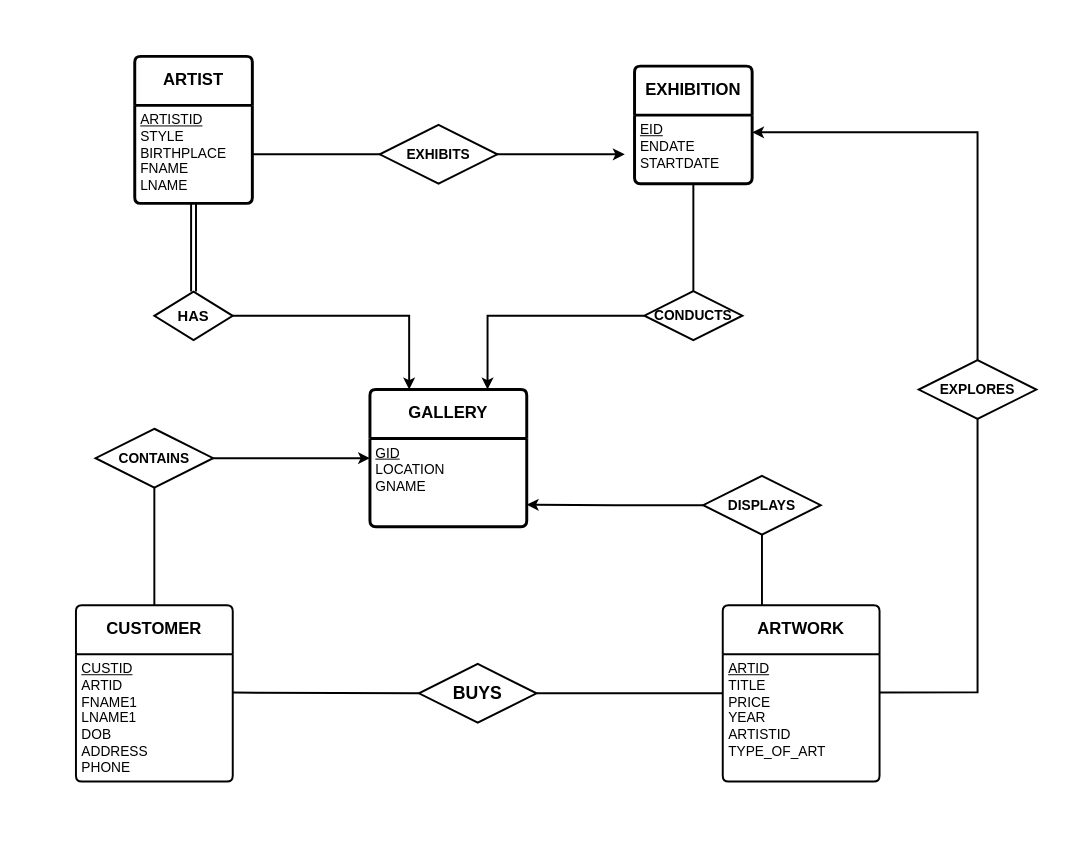
Above: Untitled Diagram.drawio in lalitdhimanth/4sem (draw.io), before the change. Source tidied: cells renumbered, new cells numbered last; positions are measured from the earlier drawing's top-left corner, leaving out a move shared by most shapes. Both pictures are drawn from the tidied source at 98%, with x=0, y=0 at pixel (17, 17).
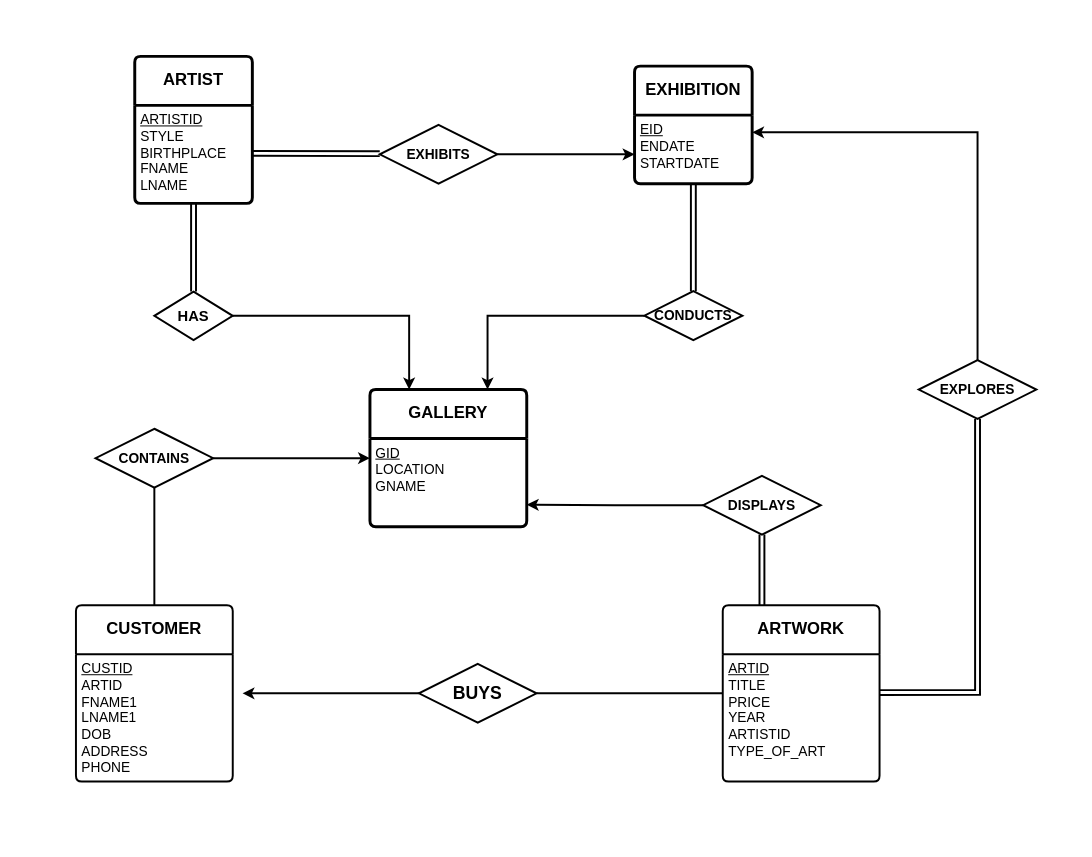
After the change.

The change refers to these unchanged cells:
```xml
<mxCell id="4" value="&lt;u style=&quot;font-size: 14px;&quot;&gt;&lt;font style=&quot;font-size: 14px;&quot;&gt;ARTISTID&lt;/font&gt;&lt;/u&gt;&lt;div style=&quot;font-size: 14px;&quot;&gt;&lt;font style=&quot;font-size: 14px;&quot;&gt;STYLE&lt;/font&gt;&lt;/div&gt;&lt;div style=&quot;font-size: 14px;&quot;&gt;&lt;font style=&quot;font-size: 14px;&quot;&gt;BIRTHPLACE&lt;/font&gt;&lt;/div&gt;&lt;div style=&quot;font-size: 14px;&quot;&gt;&lt;font style=&quot;font-size: 14px;&quot;&gt;FNAME&lt;/font&gt;&lt;/div&gt;&lt;div style=&quot;font-size: 14px;&quot;&gt;&lt;font style=&quot;font-size: 14px;&quot;&gt;LNAME&lt;/font&gt;&lt;/div&gt;" style="align=left;strokeColor=none;fillColor=none;spacingLeft=4;fontSize=12;verticalAlign=top;html=1;" parent="3" vertex="1">
  <mxGeometry y="50" width="120" height="100" as="geometry" />
</mxCell>
<mxCell id="5" value="&lt;b&gt;&lt;font style=&quot;font-size: 17px;&quot;&gt;EXHIBITION&lt;/font&gt;&lt;/b&gt;" style="swimlane;horizontal=1;startSize=50;rounded=1;fontSize=14;fontStyle=0;strokeWidth=3;shadow=0;dashed=0;align=center;arcSize=4;whiteSpace=wrap;html=1;" parent="1" vertex="1">
  <mxGeometry x="630" y="50" width="120" height="120" as="geometry" />
</mxCell>
<mxCell id="6" value="&lt;span style=&quot;font-size: 14px;&quot;&gt;&lt;u style=&quot;&quot;&gt;&lt;font style=&quot;font-size: 14px;&quot;&gt;EID&lt;/font&gt;&lt;/u&gt;&lt;/span&gt;&lt;div style=&quot;font-size: 14px;&quot;&gt;&lt;font style=&quot;font-size: 14px;&quot;&gt;ENDATE&lt;/font&gt;&lt;/div&gt;&lt;div style=&quot;font-size: 14px;&quot;&gt;&lt;font style=&quot;font-size: 14px;&quot;&gt;STARTDATE&lt;/font&gt;&lt;/div&gt;" style="align=left;strokeColor=none;fillColor=none;spacingLeft=4;fontSize=12;verticalAlign=top;html=1;" parent="5" vertex="1">
  <mxGeometry y="50" width="120" height="70" as="geometry" />
</mxCell>
<mxCell id="8" value="&lt;font style=&quot;font-size: 14px;&quot;&gt;&lt;b&gt;EXHIBITS&lt;/b&gt;&lt;/font&gt;" style="shape=rhombus;perimeter=rhombusPerimeter;whiteSpace=wrap;html=1;align=center;strokeWidth=2;" parent="1" vertex="1">
  <mxGeometry x="370" y="110" width="120" height="60" as="geometry" />
</mxCell>
<mxCell id="13" value="&lt;b&gt;&lt;font style=&quot;font-size: 14px;&quot;&gt;CONDUCTS&lt;/font&gt;&lt;/b&gt;" style="shape=rhombus;perimeter=rhombusPerimeter;whiteSpace=wrap;html=1;align=center;strokeWidth=2;" parent="1" vertex="1">
  <mxGeometry x="640" y="279.6" width="100" height="50" as="geometry" />
</mxCell>
<mxCell id="21" value="&lt;font style=&quot;font-size: 17px;&quot;&gt;&lt;b&gt;ARTWORK&lt;/b&gt;&lt;/font&gt;" style="swimlane;horizontal=1;startSize=50;rounded=1;fontSize=14;fontStyle=0;strokeWidth=2;shadow=0;dashed=0;align=center;arcSize=4;whiteSpace=wrap;html=1;" parent="1" vertex="1">
  <mxGeometry x="720" y="600" width="160" height="180" as="geometry" />
</mxCell>
<mxCell id="23" value="&lt;span style=&quot;font-size: 18px;&quot;&gt;&lt;b&gt;BUYS&lt;/b&gt;&lt;/span&gt;" style="shape=rhombus;perimeter=rhombusPerimeter;whiteSpace=wrap;html=1;align=center;strokeWidth=2;" parent="1" vertex="1">
  <mxGeometry x="410" y="660" width="120" height="60" as="geometry" />
</mxCell>
<mxCell id="28" value="&lt;font style=&quot;font-size: 14px;&quot;&gt;&lt;b&gt;DISPLAYS&lt;/b&gt;&lt;/font&gt;" style="shape=rhombus;perimeter=rhombusPerimeter;whiteSpace=wrap;html=1;align=center;strokeWidth=2;" parent="1" vertex="1">
  <mxGeometry x="700" y="468" width="120" height="60" as="geometry" />
</mxCell>
<mxCell id="31" value="&lt;span style=&quot;font-size: 14px;&quot;&gt;&lt;b&gt;EXPLORES&lt;/b&gt;&lt;/span&gt;" style="shape=rhombus;perimeter=rhombusPerimeter;whiteSpace=wrap;html=1;align=center;strokeWidth=2;" parent="1" vertex="1">
  <mxGeometry x="920" y="350" width="120" height="60" as="geometry" />
</mxCell>
```

The edit, as a diff of the source:
```diff
@@
-    <mxCell id="7" style="edgeStyle=orthogonalEdgeStyle;rounded=0;jettySize=auto;html=1;strokeWidth=2;" parent="1" edge="1" source="4">
-      <mxGeometry relative="1" as="geometry">
-        <mxPoint x="620" y="140" as="targetPoint" />
-      </mxGeometry>
-    </mxCell>
+    <mxCell id="36" style="edgeStyle=orthogonalEdgeStyle;rounded=0;jettySize=auto;html=1;entryX=0;entryY=0.75;entryDx=0;entryDy=0;strokeWidth=2;" parent="1" edge="1" source="8" target="5">
+      <mxGeometry relative="1" as="geometry" />
+    </mxCell>
@@
-    <mxCell id="16" style="endArrow=none;html=1;rounded=0;entryX=0.5;entryY=0;entryDx=0;entryDy=0;exitX=0.5;exitY=1;exitDx=0;exitDy=0;strokeWidth=2;" parent="1" edge="1" source="6" target="13">
+    <mxCell id="16" style="endArrow=none;html=1;rounded=0;entryX=0.5;entryY=0;entryDx=0;entryDy=0;exitX=0.5;exitY=1;exitDx=0;exitDy=0;strokeWidth=2;shape=link;" parent="1" edge="1" source="6" target="13">
       <mxGeometry relative="1" as="geometry" />
     </mxCell>
@@
+    <mxCell id="37" style="edgeStyle=orthogonalEdgeStyle;rounded=0;jettySize=auto;html=1;strokeWidth=2;" parent="1" edge="1" source="23">
+      <mxGeometry relative="1" as="geometry">
+        <mxPoint x="230" y="690" as="targetPoint" />
+      </mxGeometry>
+    </mxCell>
@@
-    <mxCell id="24" style="endArrow=none;html=1;rounded=0;entryX=0;entryY=0.5;entryDx=0;entryDy=0;strokeWidth=2;" parent="1" edge="1" target="23">
-      <mxGeometry relative="1" as="geometry">
-        <mxPoint x="220" y="689.2" as="sourcePoint" />
-      </mxGeometry>
-    </mxCell>
@@
-    <mxCell id="26" style="endArrow=none;html=1;rounded=0;entryX=0.25;entryY=0;entryDx=0;entryDy=0;strokeWidth=2;exitX=0.5;exitY=1;exitDx=0;exitDy=0;" parent="1" edge="1" source="28" target="21">
+    <mxCell id="26" style="endArrow=none;html=1;rounded=0;entryX=0.25;entryY=0;entryDx=0;entryDy=0;strokeWidth=2;exitX=0.5;exitY=1;exitDx=0;exitDy=0;shape=link;" parent="1" edge="1" source="28" target="21">
       <mxGeometry relative="1" as="geometry">
         <Array as="points">
           <mxPoint x="760" y="570" />
         </Array>
       </mxGeometry>
     </mxCell>
@@
-    <mxCell id="32" style="endArrow=none;html=1;rounded=0;entryX=0.5;entryY=1;entryDx=0;entryDy=0;strokeWidth=2;" parent="1" edge="1" target="31">
+    <mxCell id="32" style="endArrow=none;html=1;rounded=0;entryX=0.5;entryY=1;entryDx=0;entryDy=0;strokeWidth=2;shape=link;" parent="1" edge="1" target="31">
       <mxGeometry relative="1" as="geometry">
         <mxPoint x="880" y="689.2" as="sourcePoint" />
         <Array as="points">
           <mxPoint x="980" y="689" />
         </Array>
       </mxGeometry>
     </mxCell>
@@
+    <mxCell id="38" style="endArrow=none;html=1;rounded=0;shape=link;strokeWidth=2;" parent="1" edge="1">
+      <mxGeometry relative="1" as="geometry">
+        <mxPoint x="240" y="139" as="sourcePoint" />
+        <mxPoint x="370" y="139.3" as="targetPoint" />
+      </mxGeometry>
+    </mxCell>
```
